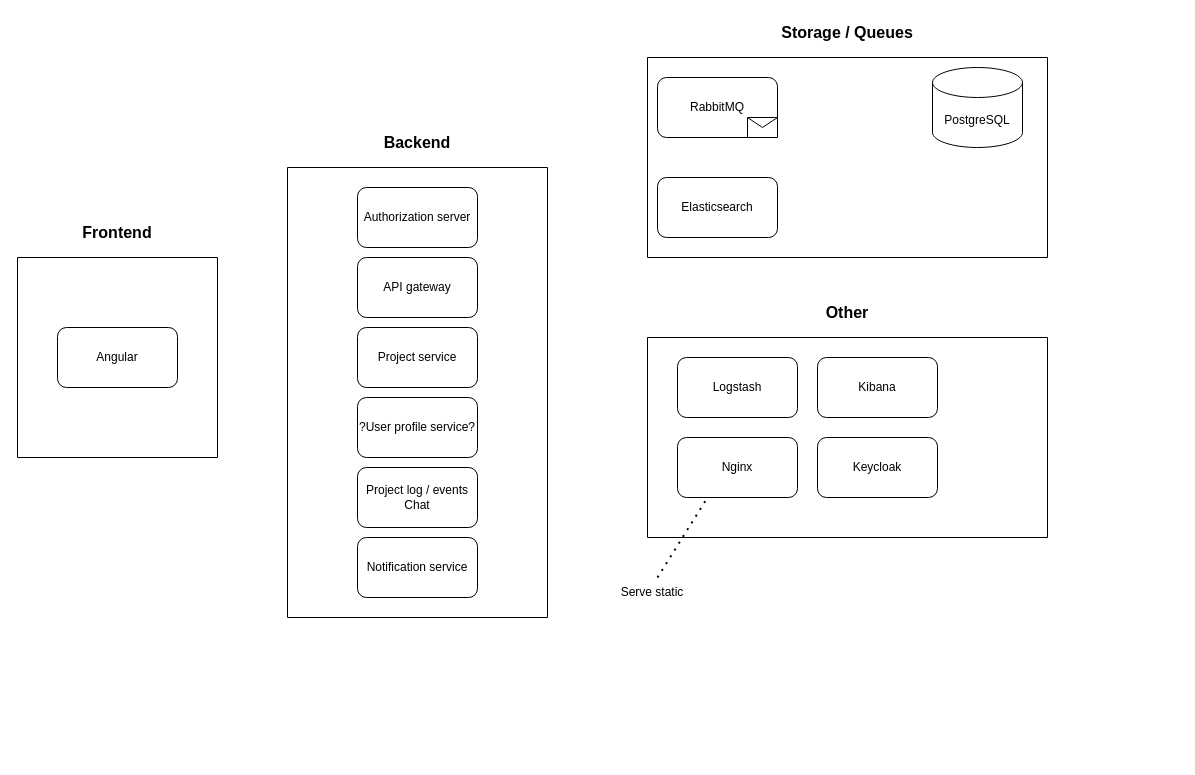
wizewizzard/startup-team keeps this draw.io diagram as page "Tech stack" (2 of 6) of startup-team.drawio. Above is the earlier version. Source tidied: cells renumbered, new cells numbered last; positions are measured from the earlier drawing's top-left corner, leaving out a move shared by most shapes. Both pictures are drawn from the tidied source at 100%, with x=0, y=0 at pixel (17, 17).
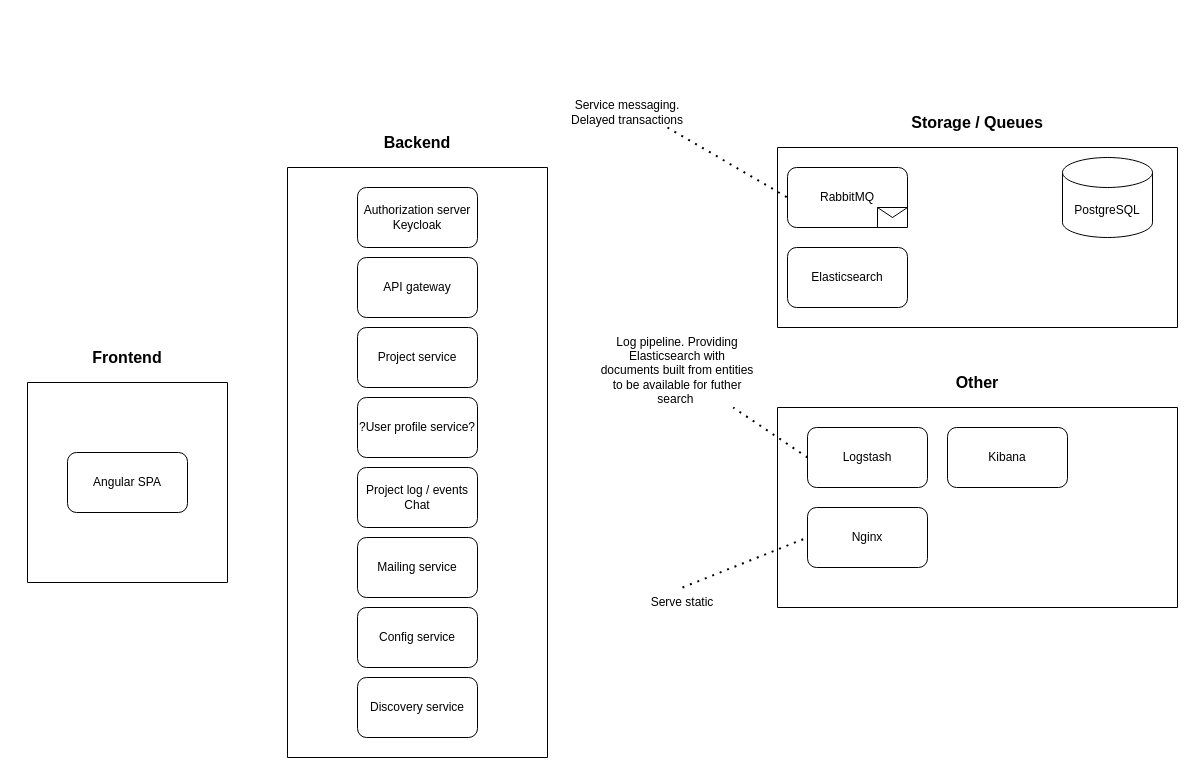
The same page after the edit.

Unchanged cells that the change refers to:
```xml
<mxCell id="14" value="RabbitMQ" style="rounded=1;whiteSpace=wrap;html=1;" parent="13" vertex="1">
  <mxGeometry x="10" y="20" width="120" height="60" as="geometry" />
</mxCell>
<mxCell id="20" value="Logstash" style="rounded=1;whiteSpace=wrap;html=1;" parent="19" vertex="1">
  <mxGeometry x="30" y="20" width="120" height="60" as="geometry" />
</mxCell>
<mxCell id="22" value="Nginx" style="rounded=1;whiteSpace=wrap;html=1;" parent="19" vertex="1">
  <mxGeometry x="30" y="100" width="120" height="60" as="geometry" />
</mxCell>
```

Change to the diagram source:
```diff
@@
     <mxCell id="2" style="swimlane;startSize=0;" parent="1" vertex="1">
-      <mxGeometry x="270" y="150" width="260" height="450" as="geometry" />
+      <mxGeometry x="270" y="150" width="260" height="590" as="geometry" />
     </mxCell>
@@
-    <mxCell id="4" value="Authorization server" style="rounded=1;whiteSpace=wrap;html=1;" parent="2" vertex="1">
+    <mxCell id="4" value="Authorization server&lt;br&gt;Keycloak" style="rounded=1;whiteSpace=wrap;html=1;" parent="2" vertex="1">
       <mxGeometry x="70" y="20" width="120" height="60" as="geometry" />
     </mxCell>
@@
-    <mxCell id="8" value="Notification service" style="rounded=1;whiteSpace=wrap;html=1;" parent="2" vertex="1">
+    <mxCell id="8" value="Mailing service" style="rounded=1;whiteSpace=wrap;html=1;" parent="2" vertex="1">
       <mxGeometry x="70" y="370" width="120" height="60" as="geometry" />
     </mxCell>
+    <mxCell id="27" value="Config service" style="rounded=1;whiteSpace=wrap;html=1;" parent="2" vertex="1">
+      <mxGeometry x="70" y="440" width="120" height="60" as="geometry" />
+    </mxCell>
+    <mxCell id="28" value="Discovery service" style="rounded=1;whiteSpace=wrap;html=1;" parent="2" vertex="1">
+      <mxGeometry x="70" y="510" width="120" height="60" as="geometry" />
+    </mxCell>
     <mxCell id="9" style="swimlane;startSize=0;" parent="1" vertex="1">
-      <mxGeometry y="240" width="200" height="200" as="geometry" />
+      <mxGeometry x="10" y="365" width="200" height="200" as="geometry" />
     </mxCell>
-    <mxCell id="10" value="Angular" style="rounded=1;whiteSpace=wrap;html=1;" parent="9" vertex="1">
+    <mxCell id="10" value="Angular SPA" style="rounded=1;whiteSpace=wrap;html=1;" parent="9" vertex="1">
       <mxGeometry x="40" y="70" width="120" height="60" as="geometry" />
     </mxCell>
@@
     <mxCell id="12" value="Frontend" style="text;html=1;strokeColor=none;fillColor=none;align=center;verticalAlign=middle;whiteSpace=wrap;rounded=0;fontStyle=1;fontSize=16;" parent="1" vertex="1">
-      <mxGeometry x="70" y="200" width="60" height="30" as="geometry" />
+      <mxGeometry x="80" y="325" width="60" height="30" as="geometry" />
     </mxCell>
     <mxCell id="13" style="swimlane;startSize=0;" parent="1" vertex="1">
-      <mxGeometry x="630" y="40" width="400" height="200" as="geometry" />
+      <mxGeometry x="760" y="130" width="400" height="180" as="geometry" />
     </mxCell>
@@
     <mxCell id="17" value="Elasticsearch" style="rounded=1;whiteSpace=wrap;html=1;" parent="13" vertex="1">
-      <mxGeometry x="10" y="120" width="120" height="60" as="geometry" />
+      <mxGeometry x="10" y="100" width="120" height="60" as="geometry" />
     </mxCell>
     <mxCell id="18" value="Storage / Queues" style="text;html=1;strokeColor=none;fillColor=none;align=center;verticalAlign=middle;whiteSpace=wrap;rounded=0;fontStyle=1;fontSize=16;" parent="1" vertex="1">
-      <mxGeometry x="755" width="150" height="30" as="geometry" />
+      <mxGeometry x="885" y="90" width="150" height="30" as="geometry" />
     </mxCell>
     <mxCell id="19" style="swimlane;startSize=0;" parent="1" vertex="1">
-      <mxGeometry x="630" y="320" width="400" height="200" as="geometry" />
+      <mxGeometry x="760" y="390" width="400" height="200" as="geometry" />
     </mxCell>
@@
-    <mxCell id="23" value="Keycloak" style="rounded=1;whiteSpace=wrap;html=1;" parent="19" vertex="1">
-      <mxGeometry x="170" y="100" width="120" height="60" as="geometry" />
-    </mxCell>
     <mxCell id="24" value="Other" style="text;html=1;strokeColor=none;fillColor=none;align=center;verticalAlign=middle;whiteSpace=wrap;rounded=0;fontStyle=1;fontSize=16;" parent="1" vertex="1">
-      <mxGeometry x="755" y="280" width="150" height="30" as="geometry" />
+      <mxGeometry x="885" y="350" width="150" height="30" as="geometry" />
     </mxCell>
-    <mxCell id="25" style="endArrow=none;dashed=1;html=1;dashPattern=1 3;strokeWidth=2;rounded=0;entryX=0.25;entryY=1;entryDx=0;entryDy=0;" parent="1" edge="1" target="22">
-      <mxGeometry relative="1" as="geometry">
-        <mxPoint x="640" y="560" as="sourcePoint" />
-      </mxGeometry>
+    <mxCell id="25" style="endArrow=none;dashed=1;html=1;dashPattern=1 3;strokeWidth=2;rounded=0;entryX=0;entryY=0.5;entryDx=0;entryDy=0;exitX=0.5;exitY=0;exitDx=0;exitDy=0;" parent="1" edge="1" source="26" target="22">
+      <mxGeometry relative="1" as="geometry" />
     </mxCell>
     <mxCell id="26" value="Serve static" style="text;html=1;align=center;verticalAlign=middle;whiteSpace=wrap;rounded=0;" parent="1" vertex="1">
-      <mxGeometry x="560" y="560" width="150" height="30" as="geometry" />
+      <mxGeometry x="590" y="570" width="150" height="30" as="geometry" />
     </mxCell>
+    <mxCell id="29" style="endArrow=none;dashed=1;html=1;dashPattern=1 3;strokeWidth=2;rounded=0;entryX=0;entryY=0.5;entryDx=0;entryDy=0;" parent="1" edge="1" target="14">
+      <mxGeometry relative="1" as="geometry">
+        <mxPoint x="650" y="110" as="sourcePoint" />
+      </mxGeometry>
+    </mxCell>
+    <mxCell id="30" value="Service messaging. Delayed transactions" style="text;html=1;strokeColor=none;fillColor=none;align=center;verticalAlign=middle;whiteSpace=wrap;rounded=0;" parent="1" vertex="1">
+      <mxGeometry x="540" y="80" width="140" height="30" as="geometry" />
+    </mxCell>
+    <mxCell id="31" style="endArrow=none;dashed=1;html=1;dashPattern=1 3;strokeWidth=2;rounded=0;exitX=0;exitY=0.5;exitDx=0;exitDy=0;" parent="1" edge="1" source="20" target="32">
+      <mxGeometry relative="1" as="geometry" />
+    </mxCell>
+    <mxCell id="32" value="Log pipeline. Providing Elasticsearch with documents built from entities to be available for futher search&amp;nbsp;" style="text;html=1;strokeColor=none;fillColor=none;align=center;verticalAlign=middle;whiteSpace=wrap;rounded=0;" parent="1" vertex="1">
+      <mxGeometry x="580" y="315" width="160" height="75" as="geometry" />
+    </mxCell>
```
